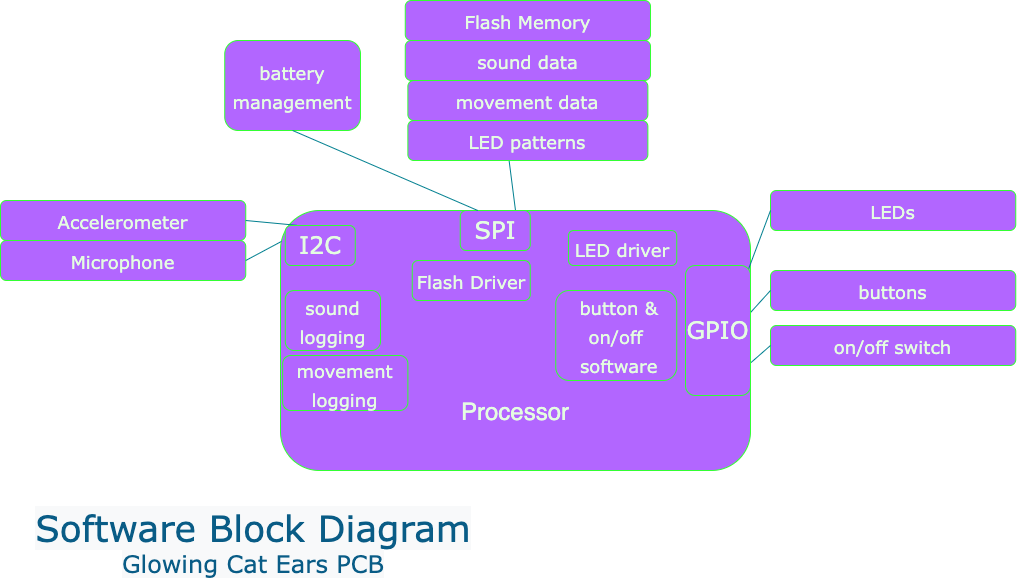
Before: week-1-exercise/software-block-diagram-week-1.png, a diagram exported from draw.io (SlumberParty/claires-making-embedded-systems-coursework). Source tidied: cells renumbered, new cells last; positions are measured from the earlier drawing's top-left corner, leaving out a move shared by most shapes.
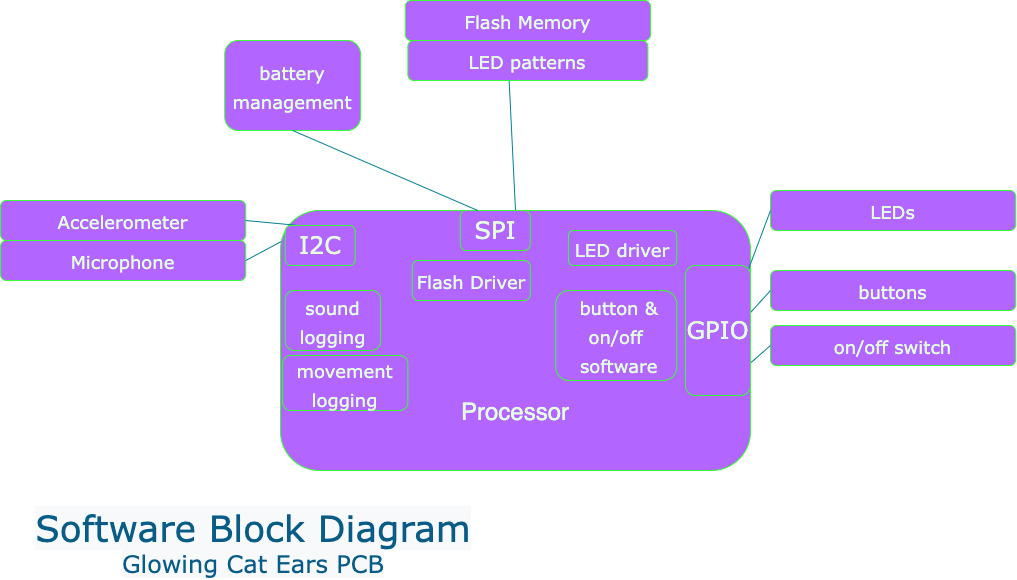
After the commit.

What changed in the source:
```diff
@@ -11,18 +11,12 @@
     <mxCell id="4" value="SPI" style="rounded=1;whiteSpace=wrap;html=1;sketch=0;fontFamily=Verdana;fontSize=24;fontColor=#E4FDE1;strokeColor=#33FF33;fillColor=#B266FF;gradientColor=none;" parent="1" vertex="1">
       <mxGeometry x="459.8" y="210" width="70" height="40" as="geometry" />
     </mxCell>
-    <mxCell id="5" value="&lt;font style=&quot;font-size: 18px&quot;&gt;movement data&lt;/font&gt;" style="rounded=1;whiteSpace=wrap;html=1;sketch=0;fontFamily=Verdana;fontSize=24;fontColor=#E4FDE1;strokeColor=#33FF33;fillColor=#B266FF;gradientColor=none;" parent="1" vertex="1">
-      <mxGeometry x="407.4" y="80" width="240" height="40" as="geometry" />
-    </mxCell>
     <mxCell id="6" value="&lt;font style=&quot;font-size: 18px&quot;&gt;LED patterns&lt;/font&gt;" style="rounded=1;whiteSpace=wrap;html=1;sketch=0;fontFamily=Verdana;fontSize=24;fontColor=#E4FDE1;strokeColor=#33FF33;fillColor=#B266FF;gradientColor=none;" parent="1" vertex="1">
-      <mxGeometry x="407.4" y="120" width="240" height="40" as="geometry" />
+      <mxGeometry x="407.4" y="40" width="240" height="40" as="geometry" />
     </mxCell>
     <mxCell id="7" value="&lt;span style=&quot;font-size: 18px&quot;&gt;Flash Driver&lt;/span&gt;" style="rounded=1;whiteSpace=wrap;html=1;sketch=0;fontFamily=Verdana;fontSize=24;fontColor=#E4FDE1;strokeColor=#33FF33;fillColor=#B266FF;gradientColor=none;" parent="1" vertex="1">
       <mxGeometry x="411.8" y="260" width="118" height="40" as="geometry" />
     </mxCell>
-    <mxCell id="8" value="&lt;font style=&quot;font-size: 18px&quot;&gt;sound data&lt;/font&gt;" style="rounded=1;whiteSpace=wrap;html=1;sketch=0;fontFamily=Verdana;fontSize=24;fontColor=#E4FDE1;strokeColor=#33FF33;fillColor=#B266FF;gradientColor=none;" parent="1" vertex="1">
-      <mxGeometry x="404.8" y="40" width="245.2" height="40" as="geometry" />
-    </mxCell>
     <mxCell id="9" value="&lt;font style=&quot;font-size: 18px&quot;&gt;Flash Memory&lt;/font&gt;" style="rounded=1;whiteSpace=wrap;html=1;sketch=0;fontFamily=Verdana;fontSize=24;fontColor=#E4FDE1;strokeColor=#33FF33;fillColor=#B266FF;gradientColor=none;" parent="1" vertex="1">
       <mxGeometry x="404.8" width="245.2" height="40" as="geometry" />
     </mxCell>
```
